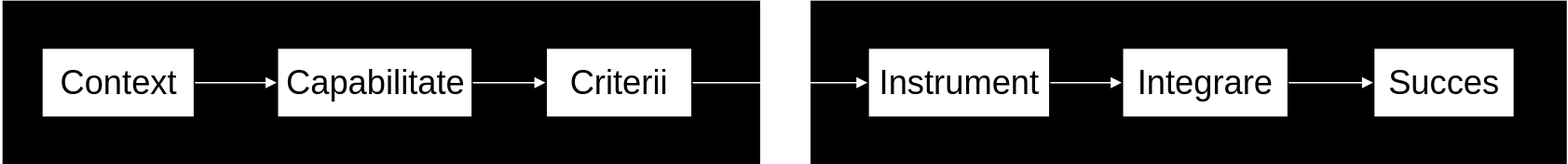
Above: assets/imagini/8_diagrame.svg in CozminaSecula/01-fundamente-si-riscuri (draw.io), before the change. Source tidied: cells renumbered, new cells last; positions are measured from the earlier drawing's top-left corner, leaving out a move shared by most shapes.
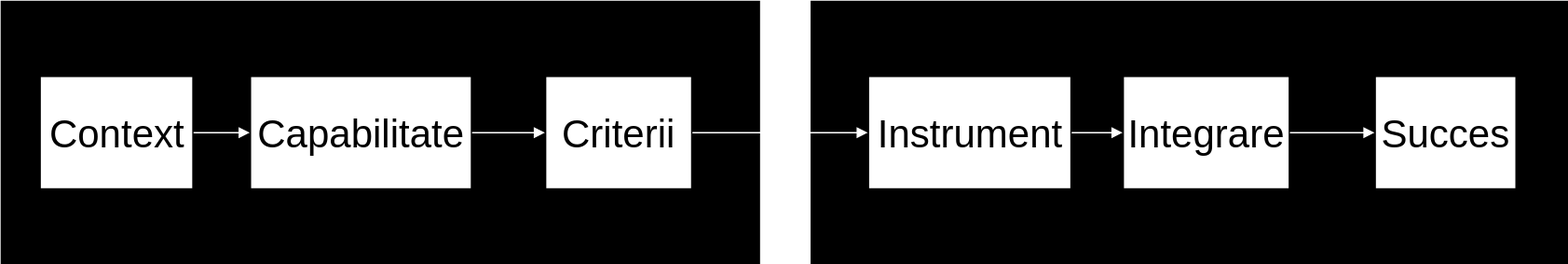
Above is the later version.

What changed in the source:
```diff
@@ -3,31 +3,31 @@
     <mxCell id="0" />
     <mxCell id="1" parent="0" />
     <mxCell id="2" style="group;" parent="1" vertex="1">
-      <mxGeometry width="1200" height="124" as="geometry" />
+      <mxGeometry width="1200" height="200" as="geometry" />
     </mxCell>
     <mxCell id="3" style="whiteSpace=wrap;strokeWidth=2;fillColor=#000000;" parent="2" vertex="1">
-      <mxGeometry x="620.9" width="579.1" height="124" as="geometry" />
+      <mxGeometry x="620.9" width="579.1" height="200" as="geometry" />
     </mxCell>
     <mxCell id="4" style="whiteSpace=wrap;strokeWidth=2;fillColor=#000000;" parent="2" vertex="1">
-      <mxGeometry width="580.2" height="124" as="geometry" />
+      <mxGeometry width="580.2" height="200" as="geometry" />
     </mxCell>
-    <mxCell id="5" value="Context" style="whiteSpace=wrap;strokeWidth=2;fontSize=26;" parent="2" vertex="1">
-      <mxGeometry x="28.8" y="35" width="118.1" height="54" as="geometry" />
+    <mxCell id="5" value="Context" style="whiteSpace=wrap;strokeWidth=2;fontSize=30;" parent="2" vertex="1">
+      <mxGeometry x="28.8" y="56.5" width="118.1" height="87.1" as="geometry" />
     </mxCell>
-    <mxCell id="6" value="Capabilitate" style="whiteSpace=wrap;strokeWidth=2;fontSize=26;" parent="2" vertex="1">
-      <mxGeometry x="209.8" y="35" width="150.6" height="54" as="geometry" />
+    <mxCell id="6" value="Capabilitate" style="whiteSpace=wrap;strokeWidth=2;fontSize=30;" parent="2" vertex="1">
+      <mxGeometry x="190" y="56.5" width="170.4" height="87.1" as="geometry" />
     </mxCell>
-    <mxCell id="7" value="Criterii" style="whiteSpace=wrap;strokeWidth=2;fontSize=26;" parent="2" vertex="1">
-      <mxGeometry x="416.3" y="35" width="113" height="54" as="geometry" />
+    <mxCell id="7" value="Criterii" style="whiteSpace=wrap;strokeWidth=2;fontSize=30;" parent="2" vertex="1">
+      <mxGeometry x="416.3" y="56.5" width="113" height="87.1" as="geometry" />
     </mxCell>
-    <mxCell id="8" value="Instrument" style="whiteSpace=wrap;strokeWidth=2;fontSize=26;" parent="2" vertex="1">
-      <mxGeometry x="663.8" y="35" width="140.5" height="54" as="geometry" />
+    <mxCell id="8" value="Instrument" style="whiteSpace=wrap;strokeWidth=2;fontSize=30;" parent="2" vertex="1">
+      <mxGeometry x="663.8" y="56.5" width="156.2" height="87.1" as="geometry" />
     </mxCell>
-    <mxCell id="9" value="Integrare" style="whiteSpace=wrap;strokeWidth=2;fontSize=26;" parent="2" vertex="1">
-      <mxGeometry x="859.1" y="35" width="128.2" height="54" as="geometry" />
+    <mxCell id="9" value="Integrare" style="whiteSpace=wrap;strokeWidth=2;fontSize=30;" parent="2" vertex="1">
+      <mxGeometry x="859.1" y="56.5" width="128.2" height="87.1" as="geometry" />
     </mxCell>
-    <mxCell id="10" value="Succes" style="whiteSpace=wrap;strokeWidth=2;fontSize=26;" parent="2" vertex="1">
-      <mxGeometry x="1052.2" y="35" width="108.9" height="54" as="geometry" />
+    <mxCell id="10" value="Succes" style="whiteSpace=wrap;strokeWidth=2;fontSize=30;" parent="2" vertex="1">
+      <mxGeometry x="1052.2" y="56.5" width="108.9" height="87.1" as="geometry" />
     </mxCell>
     <mxCell id="11" style="curved=1;startArrow=none;endArrow=block;exitX=1;exitY=0.5;entryX=0;entryY=0.5;rounded=0;strokeColor=#FFFFFF;" parent="2" edge="1" source="5" target="6">
       <mxGeometry relative="1" as="geometry" />
```
